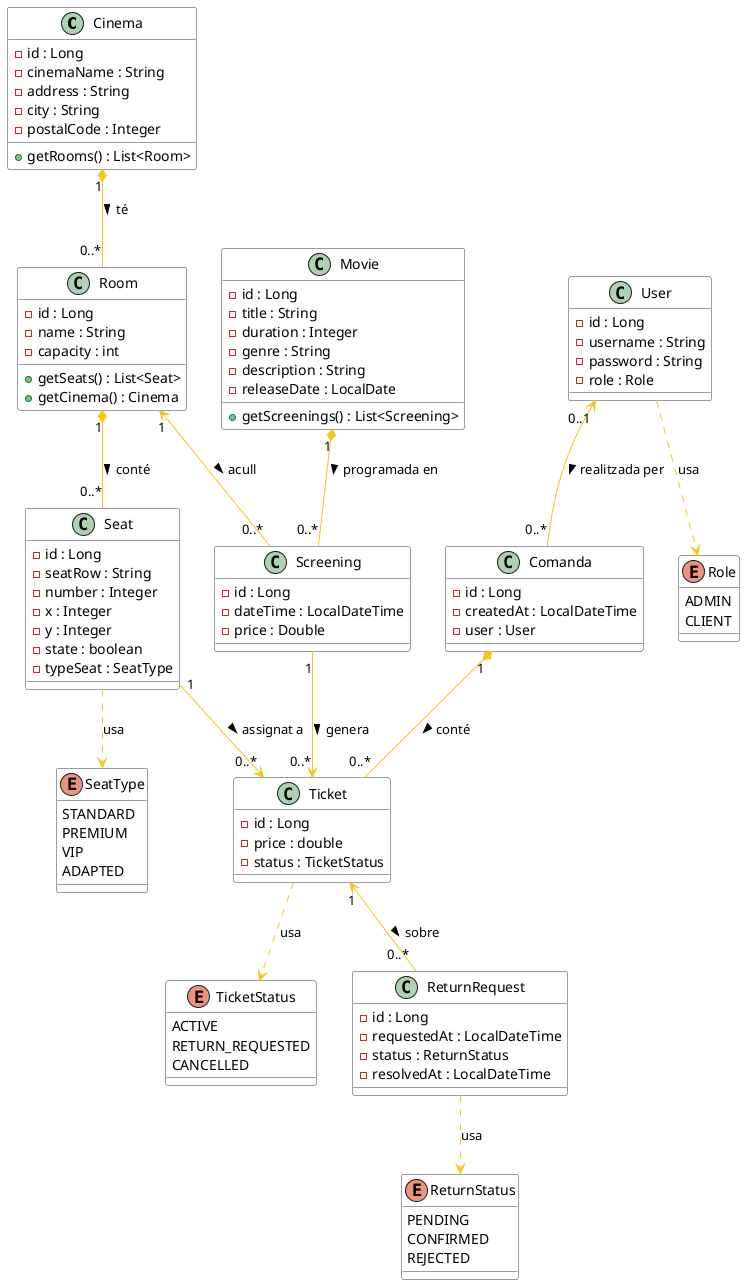
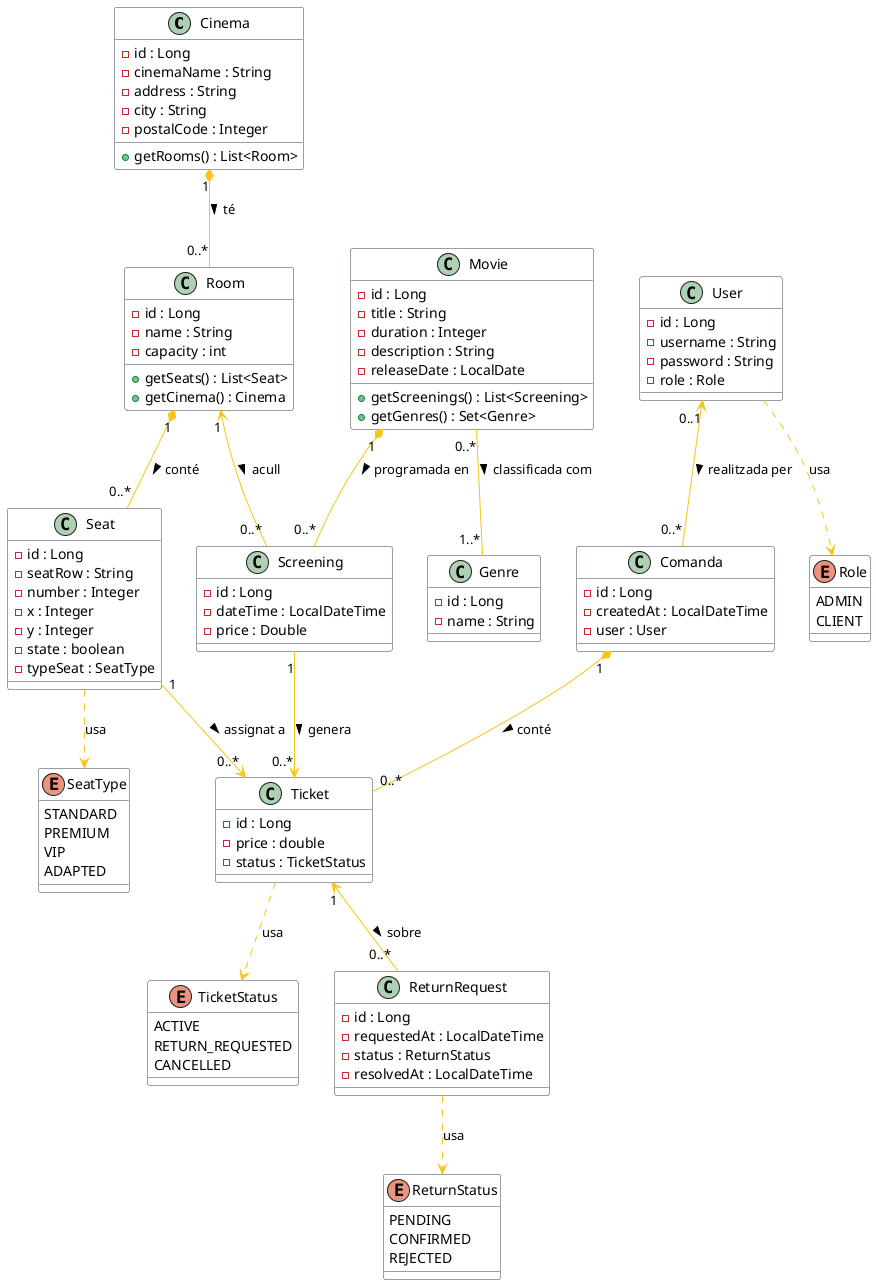
@startuml Diagrama de Classes - CinemaDaw

skinparam classBackgroundColor #ffffff
skinparam classBorderColor #353a4a
skinparam classArrowColor #f5c518
skinparam classFontColor #000000
skinparam stereotypeCBackgroundColor #e50914

' =====================
' ENTITATS PRINCIPALS
' =====================

class Cinema {
    - id : Long
    - cinemaName : String
    - address : String
    - city : String
    - postalCode : Integer
    + getRooms() : List<Room>
}

class Room {
    - id : Long
    - name : String
    - capacity : int
    + getSeats() : List<Seat>
    + getCinema() : Cinema
}

class Seat {
    - id : Long
    - seatRow : String
    - number : Integer
    - x : Integer
    - y : Integer
    - state : boolean
    - typeSeat : SeatType
}

enum SeatType {
    STANDARD
    PREMIUM
    VIP
    ADAPTED
}

class Movie {
    - id : Long
    - title : String
    - duration : Integer
-     - genre : String
    - description : String
    - releaseDate : LocalDate
    + getScreenings() : List<Screening>
+     + getGenres() : Set<Genre>
+ }
+ 
+ class Genre {
+     - id : Long
+     - name : String
}

class Screening {
    - id : Long
    - dateTime : LocalDateTime
    - price : Double
}

class Comanda {
    - id : Long
    - createdAt : LocalDateTime
    - user : User
}

class Ticket {
    - id : Long
    - price : double
    - status : TicketStatus
}

enum TicketStatus {
    ACTIVE
    RETURN_REQUESTED
    CANCELLED
}

class User {
    - id : Long
    - username : String
    - password : String
    - role : Role
}

enum Role {
    ADMIN
    CLIENT
}

class ReturnRequest {
    - id : Long
    - requestedAt : LocalDateTime
    - status : ReturnStatus
    - resolvedAt : LocalDateTime
}

enum ReturnStatus {
    PENDING
    CONFIRMED
    REJECTED
}

' =====================
' RELACIONS
' =====================

Cinema "1" *-- "0..*" Room : té >
Room "1" *-- "0..*" Seat : conté >
Movie "1" *-- "0..*" Screening : programada en >
Room "1" <-- "0..*" Screening : acull >
Screening "1" --> "0..*" Ticket : genera >
Seat "1" --> "0..*" Ticket : assignat a >
Comanda "1" *-- "0..*" Ticket : conté >
User "0..1" <-- "0..*" Comanda : realitzada per >
Ticket "1" <-- "0..*" ReturnRequest : sobre >
+ Movie "0..*" -- "1..*" Genre : classificada com >

Seat ..> SeatType : usa
Ticket ..> TicketStatus : usa
User ..> Role : usa
ReturnRequest ..> ReturnStatus : usa



@enduml
